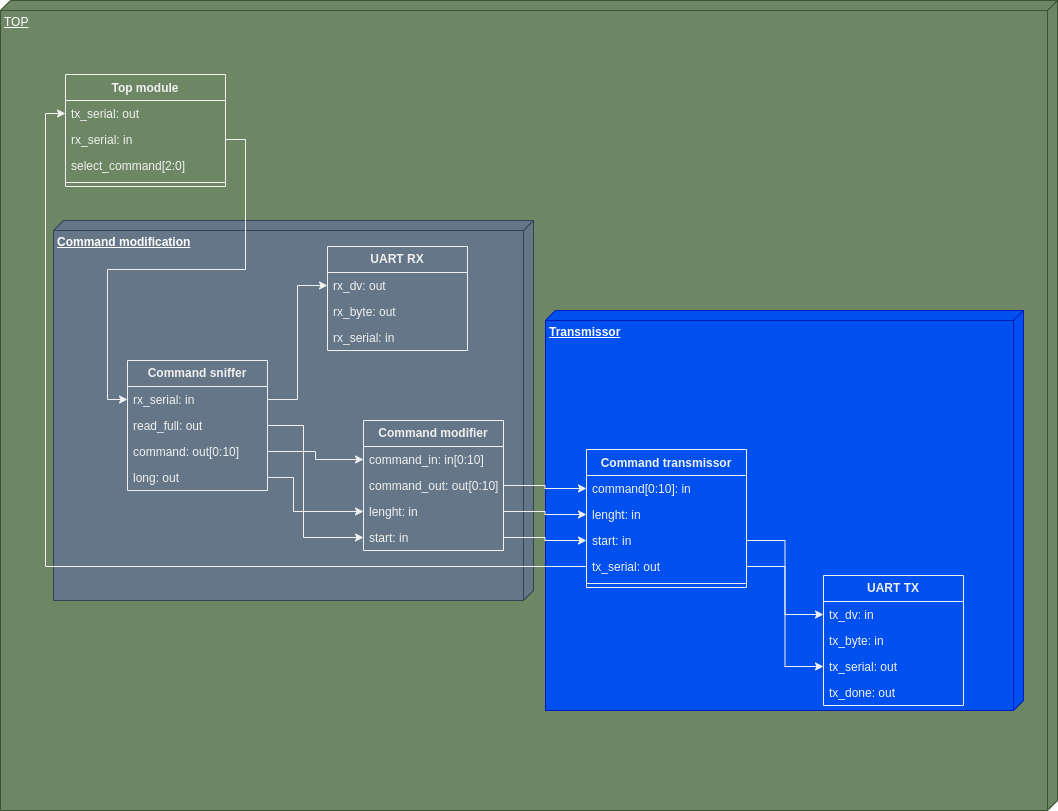
The draw.io diagram MITM_Type2_ComponentsDiagram.drawio.png in AlmuHS/AX12A_FPGA_Controller, before a commit. Source tidied: cells renumbered, new cells last; positions are measured from the earlier drawing's top-left corner, leaving out a move shared by most shapes. Source of this version:
```xml
<mxGraphModel background="#ffffff">
  <root>
    <mxCell id="0" />
    <mxCell id="1" parent="0" />
    <mxCell id="2" value="TOP" style="verticalAlign=top;align=left;spacingTop=8;spacingLeft=2;spacingRight=12;shape=cube;size=10;direction=south;fontStyle=4;html=1;whiteSpace=wrap;labelBackgroundColor=none;fillColor=#6d8764;fontColor=#ffffff;strokeColor=#3A5431;" parent="1" vertex="1">
      <mxGeometry width="1057" height="810" as="geometry" />
    </mxCell>
    <mxCell id="3" value="&lt;b&gt;Command modification&lt;/b&gt;" style="verticalAlign=top;align=left;spacingTop=8;spacingLeft=2;spacingRight=12;shape=cube;size=10;direction=south;fontStyle=4;html=1;whiteSpace=wrap;fillColor=#647687;fontColor=#ffffff;strokeColor=#314354;" parent="1" vertex="1">
      <mxGeometry x="53" y="220" width="480" height="380" as="geometry" />
    </mxCell>
    <mxCell id="4" value="&lt;b&gt;Transmissor&lt;/b&gt;" style="verticalAlign=top;align=left;spacingTop=8;spacingLeft=2;spacingRight=12;shape=cube;size=10;direction=south;fontStyle=4;html=1;whiteSpace=wrap;fillColor=#0050ef;fontColor=#ffffff;strokeColor=#001DBC;" parent="1" vertex="1">
      <mxGeometry x="545" y="310" width="478" height="400" as="geometry" />
    </mxCell>
    <mxCell id="5" value="Top module" style="swimlane;fontStyle=1;align=center;verticalAlign=top;horizontal=1;startSize=26;whiteSpace=wrap;html=1;fillColor=none;labelBackgroundColor=none;" parent="1" vertex="1">
      <mxGeometry x="65" y="74" width="160" height="112" as="geometry" />
    </mxCell>
    <mxCell id="6" value="tx_serial: out" style="text;strokeColor=none;fillColor=none;align=left;verticalAlign=top;spacingLeft=4;spacingRight=4;overflow=hidden;points=[[0,0.5],[1,0.5]];portConstraint=eastwest;whiteSpace=wrap;html=1;labelBackgroundColor=none;" parent="5" vertex="1">
      <mxGeometry y="26" width="160" height="26" as="geometry" />
    </mxCell>
    <mxCell id="7" value="rx_serial: in" style="text;strokeColor=none;fillColor=none;align=left;verticalAlign=top;spacingLeft=4;spacingRight=4;overflow=hidden;points=[[0,0.5],[1,0.5]];portConstraint=eastwest;whiteSpace=wrap;html=1;labelBackgroundColor=none;" parent="5" vertex="1">
      <mxGeometry y="52" width="160" height="26" as="geometry" />
    </mxCell>
    <mxCell id="8" value="select_command[2:0]" style="text;strokeColor=none;fillColor=none;align=left;verticalAlign=top;spacingLeft=4;spacingRight=4;overflow=hidden;whiteSpace=wrap;html=1;labelBackgroundColor=none;" parent="5" vertex="1">
      <mxGeometry y="78" width="160" height="26" as="geometry" />
    </mxCell>
    <mxCell id="9" style="line;strokeWidth=1;fillColor=none;align=left;verticalAlign=middle;spacingTop=-1;spacingLeft=3;spacingRight=3;labelPosition=right;labelBackgroundColor=none;" parent="5" vertex="1">
      <mxGeometry y="104" width="160" height="8" as="geometry" />
    </mxCell>
    <mxCell id="10" value="Command transmissor" style="swimlane;fontStyle=1;align=center;verticalAlign=top;horizontal=1;startSize=26;whiteSpace=wrap;html=1;fillColor=none;labelBackgroundColor=none;" parent="1" vertex="1">
      <mxGeometry x="586" y="449" width="160" height="138" as="geometry" />
    </mxCell>
    <mxCell id="11" value="command[0:10]: in" style="text;strokeColor=none;fillColor=none;align=left;verticalAlign=top;spacingLeft=4;spacingRight=4;overflow=hidden;points=[[0,0.5],[1,0.5]];portConstraint=eastwest;whiteSpace=wrap;html=1;labelBackgroundColor=none;" parent="10" vertex="1">
      <mxGeometry y="26" width="160" height="26" as="geometry" />
    </mxCell>
    <mxCell id="12" value="lenght: in" style="text;strokeColor=none;fillColor=none;align=left;verticalAlign=top;spacingLeft=4;spacingRight=4;overflow=hidden;points=[[0,0.5],[1,0.5]];portConstraint=eastwest;whiteSpace=wrap;html=1;labelBackgroundColor=none;" parent="10" vertex="1">
      <mxGeometry y="52" width="160" height="26" as="geometry" />
    </mxCell>
    <mxCell id="13" value="start: in" style="text;strokeColor=none;fillColor=none;align=left;verticalAlign=top;spacingLeft=4;spacingRight=4;overflow=hidden;points=[[0,0.5],[1,0.5]];portConstraint=eastwest;whiteSpace=wrap;html=1;labelBackgroundColor=none;" parent="10" vertex="1">
      <mxGeometry y="78" width="160" height="26" as="geometry" />
    </mxCell>
    <mxCell id="14" value="tx_serial: out" style="text;strokeColor=none;fillColor=none;align=left;verticalAlign=top;spacingLeft=4;spacingRight=4;overflow=hidden;points=[[0,0.5],[1,0.5]];portConstraint=eastwest;whiteSpace=wrap;html=1;labelBackgroundColor=none;" parent="10" vertex="1">
      <mxGeometry y="104" width="160" height="26" as="geometry" />
    </mxCell>
    <mxCell id="15" style="line;strokeWidth=1;fillColor=none;align=left;verticalAlign=middle;spacingTop=-1;spacingLeft=3;spacingRight=3;labelPosition=right;labelBackgroundColor=none;" parent="10" vertex="1">
      <mxGeometry y="130" width="160" height="8" as="geometry" />
    </mxCell>
    <mxCell id="16" value="&lt;b&gt;UART TX&lt;/b&gt;" style="swimlane;fontStyle=0;horizontal=1;startSize=26;fillColor=none;whiteSpace=wrap;html=1;labelBackgroundColor=none;" parent="1" vertex="1">
      <mxGeometry x="823" y="575" width="140" height="130" as="geometry" />
    </mxCell>
    <mxCell id="17" value="tx_dv: in" style="text;strokeColor=none;fillColor=none;align=left;verticalAlign=top;spacingLeft=4;spacingRight=4;overflow=hidden;points=[[0,0.5],[1,0.5]];portConstraint=eastwest;whiteSpace=wrap;html=1;labelBackgroundColor=none;" parent="16" vertex="1">
      <mxGeometry y="26" width="140" height="26" as="geometry" />
    </mxCell>
    <mxCell id="18" value="tx_byte: in" style="text;strokeColor=none;fillColor=none;align=left;verticalAlign=top;spacingLeft=4;spacingRight=4;overflow=hidden;whiteSpace=wrap;html=1;labelBackgroundColor=none;" parent="16" vertex="1">
      <mxGeometry y="52" width="140" height="26" as="geometry" />
    </mxCell>
    <mxCell id="19" value="tx_serial: out" style="text;strokeColor=none;fillColor=none;align=left;verticalAlign=top;spacingLeft=4;spacingRight=4;overflow=hidden;points=[[0,0.5],[1,0.5]];portConstraint=eastwest;whiteSpace=wrap;html=1;labelBackgroundColor=none;" parent="16" vertex="1">
      <mxGeometry y="78" width="140" height="26" as="geometry" />
    </mxCell>
    <mxCell id="20" value="tx_done: out" style="text;strokeColor=none;fillColor=none;align=left;verticalAlign=top;spacingLeft=4;spacingRight=4;overflow=hidden;whiteSpace=wrap;html=1;labelBackgroundColor=none;" parent="16" vertex="1">
      <mxGeometry y="104" width="140" height="26" as="geometry" />
    </mxCell>
    <mxCell id="21" style="edgeStyle=orthogonalEdgeStyle;rounded=0;jettySize=auto;html=1;exitX=1;exitY=0.5;exitDx=0;exitDy=0;" parent="1" edge="1" source="14" target="19">
      <mxGeometry relative="1" as="geometry" />
    </mxCell>
    <mxCell id="22" style="edgeStyle=orthogonalEdgeStyle;rounded=0;jettySize=auto;html=1;exitX=1;exitY=0.5;exitDx=0;exitDy=0;" parent="1" edge="1" source="13" target="17">
      <mxGeometry relative="1" as="geometry" />
    </mxCell>
    <mxCell id="23" value="&lt;b&gt;Command sniffer&lt;/b&gt;" style="swimlane;fontStyle=0;horizontal=1;startSize=26;fillColor=none;whiteSpace=wrap;html=1;" parent="1" vertex="1">
      <mxGeometry x="127" y="360" width="140" height="130" as="geometry" />
    </mxCell>
    <mxCell id="24" value="rx_serial: in" style="text;strokeColor=none;fillColor=none;align=left;verticalAlign=top;spacingLeft=4;spacingRight=4;overflow=hidden;points=[[0,0.5],[1,0.5]];portConstraint=eastwest;whiteSpace=wrap;html=1;" parent="23" vertex="1">
      <mxGeometry y="26" width="140" height="26" as="geometry" />
    </mxCell>
    <mxCell id="25" value="read_full: out" style="text;strokeColor=none;fillColor=none;align=left;verticalAlign=top;spacingLeft=4;spacingRight=4;overflow=hidden;points=[[0,0.5],[1,0.5]];portConstraint=eastwest;whiteSpace=wrap;html=1;" parent="23" vertex="1">
      <mxGeometry y="52" width="140" height="26" as="geometry" />
    </mxCell>
    <mxCell id="26" value="command: out[0:10]" style="text;strokeColor=none;fillColor=none;align=left;verticalAlign=top;spacingLeft=4;spacingRight=4;overflow=hidden;points=[[0,0.5],[1,0.5]];portConstraint=eastwest;whiteSpace=wrap;html=1;" parent="23" vertex="1">
      <mxGeometry y="78" width="140" height="26" as="geometry" />
    </mxCell>
    <mxCell id="27" value="long: out" style="text;strokeColor=none;fillColor=none;align=left;verticalAlign=top;spacingLeft=4;spacingRight=4;overflow=hidden;points=[[0,0.5],[1,0.5]];portConstraint=eastwest;whiteSpace=wrap;html=1;" parent="23" vertex="1">
      <mxGeometry y="104" width="140" height="26" as="geometry" />
    </mxCell>
    <mxCell id="28" value="&lt;b&gt;Command modifier&lt;/b&gt;" style="swimlane;fontStyle=0;horizontal=1;startSize=26;fillColor=none;whiteSpace=wrap;html=1;" parent="1" vertex="1">
      <mxGeometry x="363" y="420" width="140" height="130" as="geometry" />
    </mxCell>
    <mxCell id="29" value="command_in: in[0:10]" style="text;strokeColor=none;fillColor=none;align=left;verticalAlign=top;spacingLeft=4;spacingRight=4;overflow=hidden;points=[[0,0.5],[1,0.5]];portConstraint=eastwest;whiteSpace=wrap;html=1;" parent="28" vertex="1">
      <mxGeometry y="26" width="140" height="26" as="geometry" />
    </mxCell>
    <mxCell id="30" value="command_out: out[0:10]" style="text;strokeColor=none;fillColor=none;align=left;verticalAlign=top;spacingLeft=4;spacingRight=4;overflow=hidden;points=[[0,0.5],[1,0.5]];portConstraint=eastwest;whiteSpace=wrap;html=1;" parent="28" vertex="1">
      <mxGeometry y="52" width="140" height="26" as="geometry" />
    </mxCell>
    <mxCell id="31" value="lenght: in" style="text;strokeColor=none;fillColor=none;align=left;verticalAlign=top;spacingLeft=4;spacingRight=4;overflow=hidden;points=[[0,0.5],[1,0.5]];portConstraint=eastwest;whiteSpace=wrap;html=1;" parent="28" vertex="1">
      <mxGeometry y="78" width="140" height="26" as="geometry" />
    </mxCell>
    <mxCell id="32" value="start: in" style="text;strokeColor=none;fillColor=none;align=left;verticalAlign=top;spacingLeft=4;spacingRight=4;overflow=hidden;points=[[0,0.5],[1,0.5]];portConstraint=eastwest;whiteSpace=wrap;html=1;" parent="28" vertex="1">
      <mxGeometry y="104" width="140" height="26" as="geometry" />
    </mxCell>
    <mxCell id="33" style="edgeStyle=orthogonalEdgeStyle;rounded=0;jettySize=auto;html=1;exitX=1;exitY=0.5;exitDx=0;exitDy=0;entryX=0;entryY=0.5;entryDx=0;entryDy=0;" parent="1" edge="1" source="7" target="24">
      <mxGeometry relative="1" as="geometry" />
    </mxCell>
    <mxCell id="34" value="&lt;b&gt;UART RX&lt;/b&gt;" style="swimlane;fontStyle=0;horizontal=1;startSize=26;fillColor=none;whiteSpace=wrap;html=1;labelBackgroundColor=none;" parent="1" vertex="1">
      <mxGeometry x="327" y="246" width="140" height="104" as="geometry" />
    </mxCell>
    <mxCell id="35" value="rx_dv: out" style="text;strokeColor=none;fillColor=none;align=left;verticalAlign=top;spacingLeft=4;spacingRight=4;overflow=hidden;points=[[0,0.5],[1,0.5]];portConstraint=eastwest;whiteSpace=wrap;html=1;labelBackgroundColor=none;" parent="34" vertex="1">
      <mxGeometry y="26" width="140" height="26" as="geometry" />
    </mxCell>
    <mxCell id="36" value="rx_byte: out" style="text;strokeColor=none;fillColor=none;align=left;verticalAlign=top;spacingLeft=4;spacingRight=4;overflow=hidden;whiteSpace=wrap;html=1;labelBackgroundColor=none;" parent="34" vertex="1">
      <mxGeometry y="52" width="140" height="26" as="geometry" />
    </mxCell>
    <mxCell id="37" value="rx_serial: in" style="text;strokeColor=none;fillColor=none;align=left;verticalAlign=top;spacingLeft=4;spacingRight=4;overflow=hidden;whiteSpace=wrap;html=1;labelBackgroundColor=none;" parent="34" vertex="1">
      <mxGeometry y="78" width="140" height="26" as="geometry" />
    </mxCell>
    <mxCell id="38" style="edgeStyle=orthogonalEdgeStyle;rounded=0;jettySize=auto;html=1;exitX=1;exitY=0.5;exitDx=0;exitDy=0;entryX=0;entryY=0.5;entryDx=0;entryDy=0;" parent="1" edge="1" source="24" target="35">
      <mxGeometry relative="1" as="geometry" />
    </mxCell>
    <mxCell id="39" style="edgeStyle=orthogonalEdgeStyle;rounded=0;jettySize=auto;html=1;exitX=1;exitY=0.5;exitDx=0;exitDy=0;entryX=0;entryY=0.5;entryDx=0;entryDy=0;" parent="1" edge="1" source="25" target="32">
      <mxGeometry relative="1" as="geometry">
        <Array as="points">
          <mxPoint x="303" y="425" />
          <mxPoint x="303" y="537" />
        </Array>
      </mxGeometry>
    </mxCell>
    <mxCell id="40" style="edgeStyle=orthogonalEdgeStyle;rounded=0;jettySize=auto;html=1;exitX=1;exitY=0.5;exitDx=0;exitDy=0;" parent="1" edge="1" source="27" target="31">
      <mxGeometry relative="1" as="geometry">
        <Array as="points">
          <mxPoint x="293" y="477" />
          <mxPoint x="293" y="511" />
        </Array>
      </mxGeometry>
    </mxCell>
    <mxCell id="41" style="edgeStyle=orthogonalEdgeStyle;rounded=0;jettySize=auto;html=1;exitX=1;exitY=0.5;exitDx=0;exitDy=0;" parent="1" edge="1" source="26" target="29">
      <mxGeometry relative="1" as="geometry" />
    </mxCell>
    <mxCell id="42" style="edgeStyle=orthogonalEdgeStyle;rounded=0;jettySize=auto;html=1;exitX=1;exitY=0.5;exitDx=0;exitDy=0;entryX=0;entryY=0.5;entryDx=0;entryDy=0;" parent="1" edge="1" source="30" target="11">
      <mxGeometry relative="1" as="geometry" />
    </mxCell>
    <mxCell id="43" style="edgeStyle=orthogonalEdgeStyle;rounded=0;jettySize=auto;html=1;exitX=1;exitY=0.5;exitDx=0;exitDy=0;" parent="1" edge="1" source="31" target="12">
      <mxGeometry relative="1" as="geometry" />
    </mxCell>
    <mxCell id="44" style="edgeStyle=orthogonalEdgeStyle;rounded=0;jettySize=auto;html=1;exitX=1;exitY=0.5;exitDx=0;exitDy=0;" parent="1" edge="1" source="32" target="13">
      <mxGeometry relative="1" as="geometry" />
    </mxCell>
    <mxCell id="45" style="edgeStyle=orthogonalEdgeStyle;rounded=0;jettySize=auto;html=1;exitX=0;exitY=0.5;exitDx=0;exitDy=0;entryX=0;entryY=0.5;entryDx=0;entryDy=0;" parent="1" edge="1" source="14" target="6">
      <mxGeometry relative="1" as="geometry" />
    </mxCell>
  </root>
</mxGraphModel>
```
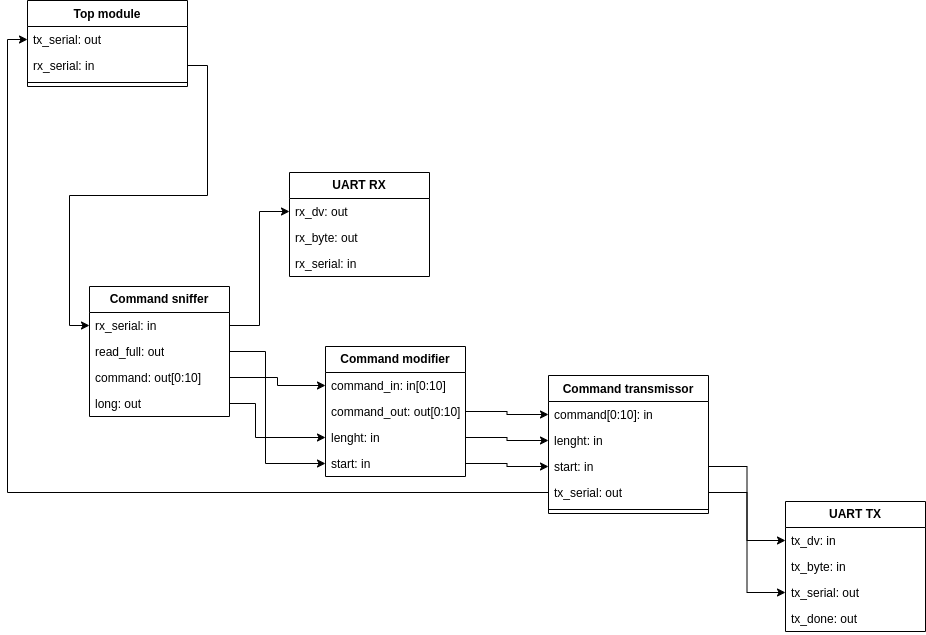
Later version of the same file.

Diff of the diagram source:
```diff
@@ -1,18 +1,9 @@
-<mxGraphModel background="#ffffff">
+<mxGraphModel>
   <root>
     <mxCell id="0" />
     <mxCell id="1" parent="0" />
-    <mxCell id="2" value="TOP" style="verticalAlign=top;align=left;spacingTop=8;spacingLeft=2;spacingRight=12;shape=cube;size=10;direction=south;fontStyle=4;html=1;whiteSpace=wrap;labelBackgroundColor=none;fillColor=#6d8764;fontColor=#ffffff;strokeColor=#3A5431;" parent="1" vertex="1">
-      <mxGeometry width="1057" height="810" as="geometry" />
-    </mxCell>
-    <mxCell id="3" value="&lt;b&gt;Command modification&lt;/b&gt;" style="verticalAlign=top;align=left;spacingTop=8;spacingLeft=2;spacingRight=12;shape=cube;size=10;direction=south;fontStyle=4;html=1;whiteSpace=wrap;fillColor=#647687;fontColor=#ffffff;strokeColor=#314354;" parent="1" vertex="1">
-      <mxGeometry x="53" y="220" width="480" height="380" as="geometry" />
-    </mxCell>
-    <mxCell id="4" value="&lt;b&gt;Transmissor&lt;/b&gt;" style="verticalAlign=top;align=left;spacingTop=8;spacingLeft=2;spacingRight=12;shape=cube;size=10;direction=south;fontStyle=4;html=1;whiteSpace=wrap;fillColor=#0050ef;fontColor=#ffffff;strokeColor=#001DBC;" parent="1" vertex="1">
-      <mxGeometry x="545" y="310" width="478" height="400" as="geometry" />
-    </mxCell>
     <mxCell id="5" value="Top module" style="swimlane;fontStyle=1;align=center;verticalAlign=top;horizontal=1;startSize=26;whiteSpace=wrap;html=1;fillColor=none;labelBackgroundColor=none;" parent="1" vertex="1">
-      <mxGeometry x="65" y="74" width="160" height="112" as="geometry" />
+      <mxGeometry x="65" y="74" width="160" height="86" as="geometry" />
     </mxCell>
     <mxCell id="6" value="tx_serial: out" style="text;strokeColor=none;fillColor=none;align=left;verticalAlign=top;spacingLeft=4;spacingRight=4;overflow=hidden;points=[[0,0.5],[1,0.5]];portConstraint=eastwest;whiteSpace=wrap;html=1;labelBackgroundColor=none;" parent="5" vertex="1">
       <mxGeometry y="26" width="160" height="26" as="geometry" />
@@ -20,11 +11,8 @@
     <mxCell id="7" value="rx_serial: in" style="text;strokeColor=none;fillColor=none;align=left;verticalAlign=top;spacingLeft=4;spacingRight=4;overflow=hidden;points=[[0,0.5],[1,0.5]];portConstraint=eastwest;whiteSpace=wrap;html=1;labelBackgroundColor=none;" parent="5" vertex="1">
       <mxGeometry y="52" width="160" height="26" as="geometry" />
     </mxCell>
-    <mxCell id="8" value="select_command[2:0]" style="text;strokeColor=none;fillColor=none;align=left;verticalAlign=top;spacingLeft=4;spacingRight=4;overflow=hidden;whiteSpace=wrap;html=1;labelBackgroundColor=none;" parent="5" vertex="1">
-      <mxGeometry y="78" width="160" height="26" as="geometry" />
-    </mxCell>
     <mxCell id="9" style="line;strokeWidth=1;fillColor=none;align=left;verticalAlign=middle;spacingTop=-1;spacingLeft=3;spacingRight=3;labelPosition=right;labelBackgroundColor=none;" parent="5" vertex="1">
-      <mxGeometry y="104" width="160" height="8" as="geometry" />
+      <mxGeometry y="78" width="160" height="8" as="geometry" />
     </mxCell>
     <mxCell id="10" value="Command transmissor" style="swimlane;fontStyle=1;align=center;verticalAlign=top;horizontal=1;startSize=26;whiteSpace=wrap;html=1;fillColor=none;labelBackgroundColor=none;" parent="1" vertex="1">
       <mxGeometry x="586" y="449" width="160" height="138" as="geometry" />
```
